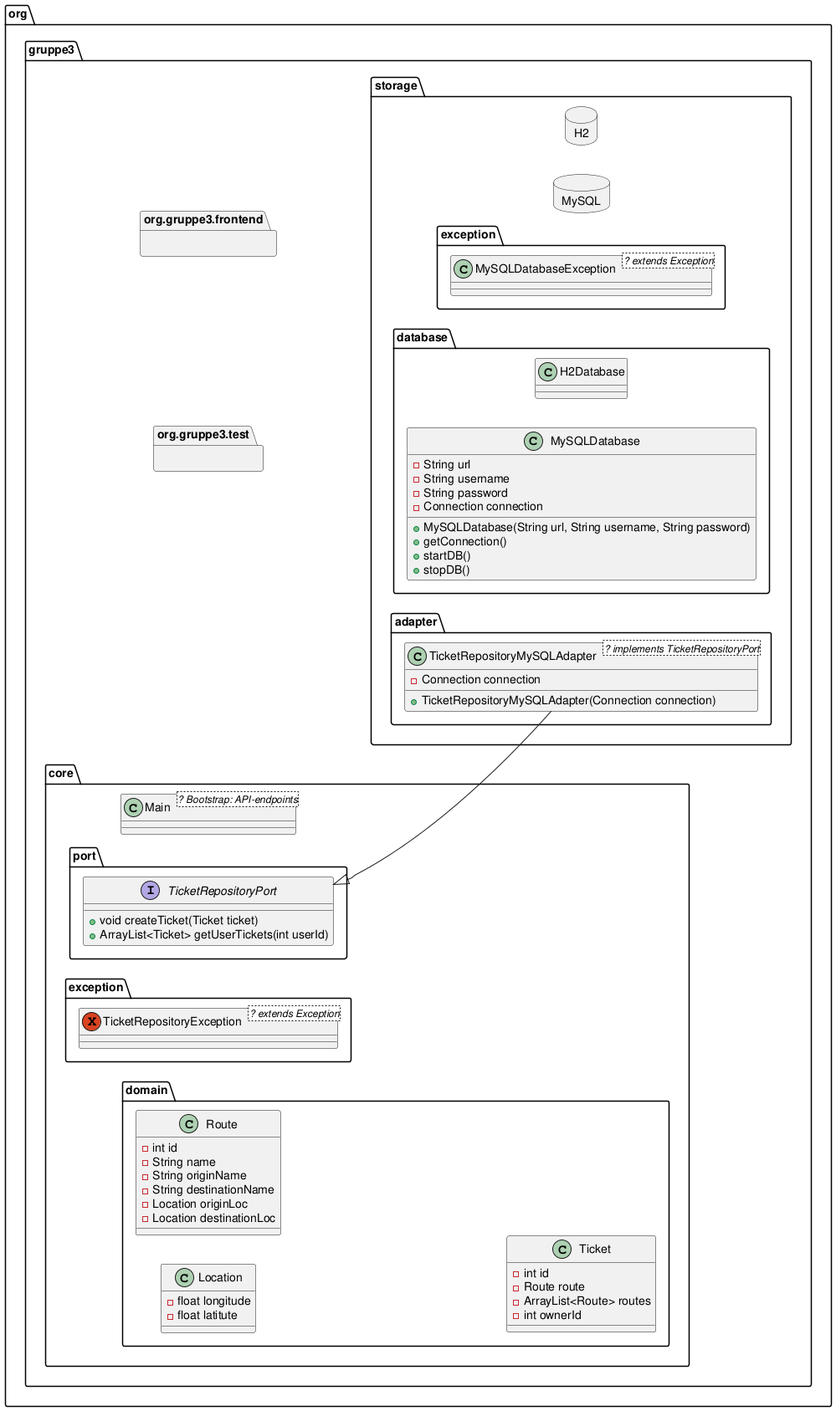
Before: diagram/modules.png, a diagram exported from PlantUML (gruppe3-mmfs/swe-mmfs).
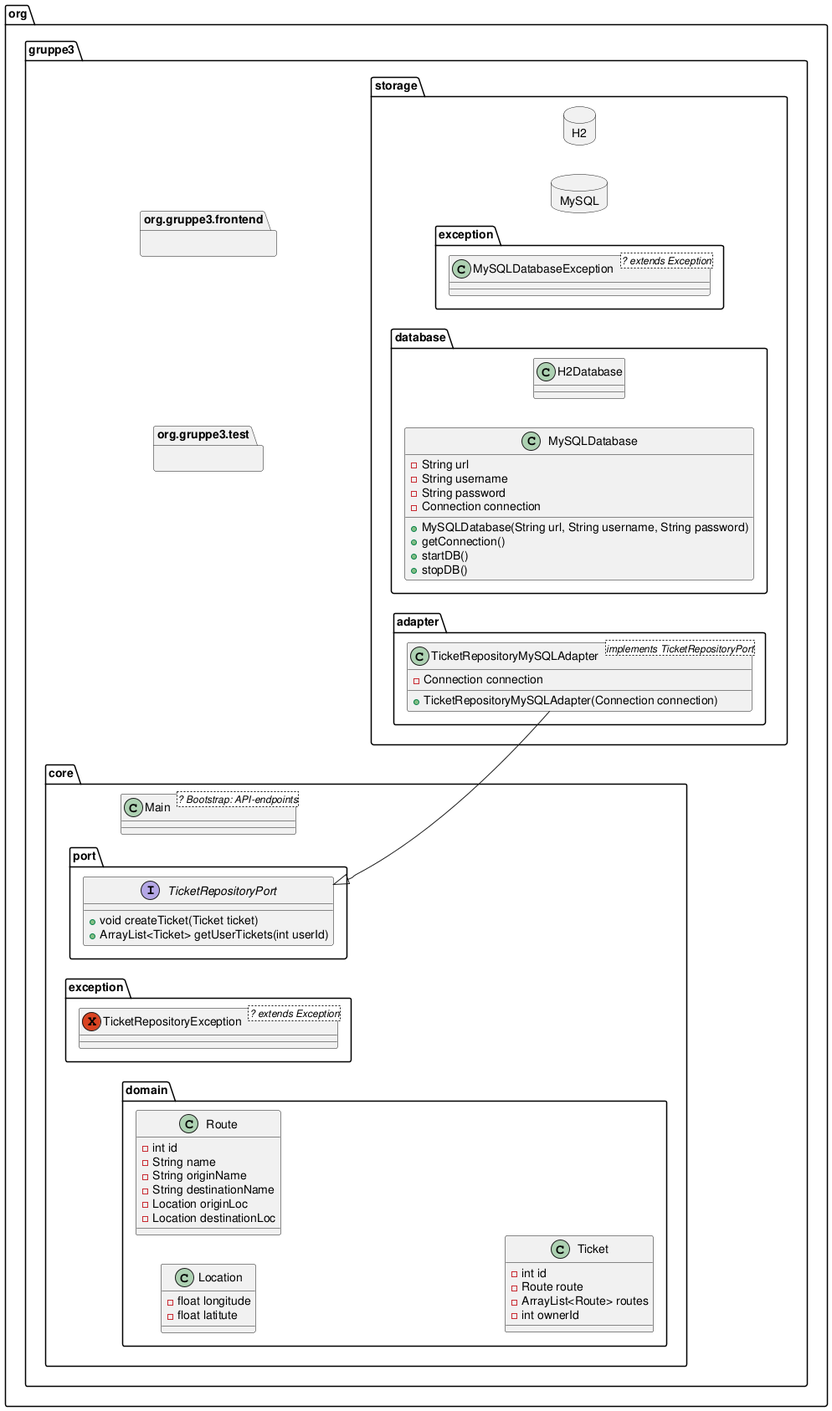
Above is the later version.

Change to the diagram source:
```diff
@@ -36,7 +36,7 @@
 }
 package org.gruppe3.storage {
 	package adapter {
-		class TicketRepositoryMySQLAdapter<? implements TicketRepositoryPort> {
+		class TicketRepositoryMySQLAdapter<implements TicketRepositoryPort> {
 			-Connection connection
 			+TicketRepositoryMySQLAdapter(Connection connection)
 		}
```
